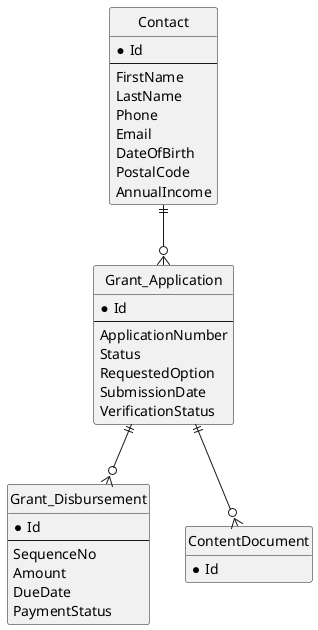
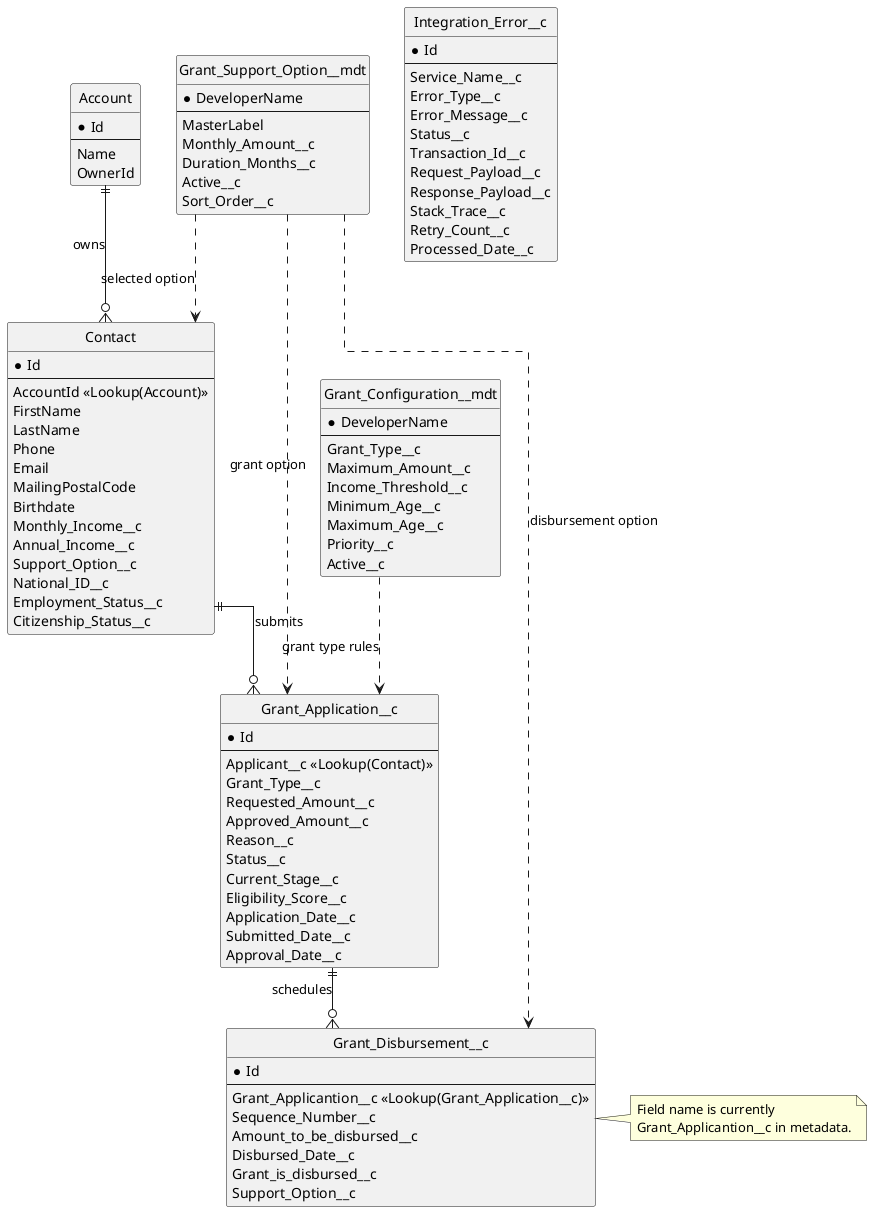
@startuml

hide methods
hide circle
+ skinparam linetype ortho
+ 
+ entity Account {
+     * Id
+     --
+     Name
+     OwnerId
+ }

entity Contact {
    * Id
    --
+     AccountId <<Lookup(Account)>>
    FirstName
    LastName
    Phone
    Email
-     DateOfBirth
-     PostalCode
-     AnnualIncome
+     MailingPostalCode
+     Birthdate
+     Monthly_Income__c
+     Annual_Income__c
+     Support_Option__c
+     National_ID__c
+     Employment_Status__c
+     Citizenship_Status__c
}

- entity Grant_Application {
+ entity Grant_Application__c {
    * Id
    --
-     ApplicationNumber
-     Status
-     RequestedOption
-     SubmissionDate
-     VerificationStatus
+     Applicant__c <<Lookup(Contact)>>
+     Grant_Type__c
+     Requested_Amount__c
+     Approved_Amount__c
+     Reason__c
+     Status__c
+     Current_Stage__c
+     Eligibility_Score__c
+     Application_Date__c
+     Submitted_Date__c
+     Approval_Date__c
}

- entity Grant_Disbursement {
+ entity Grant_Disbursement__c {
    * Id
    --
-     SequenceNo
-     Amount
-     DueDate
-     PaymentStatus
+     Grant_Applicantion__c <<Lookup(Grant_Application__c)>>
+     Sequence_Number__c
+     Amount_to_be_disbursed__c
+     Disbursed_Date__c
+     Grant_is_disbursed__c
+     Support_Option__c
}

- entity ContentDocument {
-     * Id
+ entity Grant_Support_Option__mdt {
+     * DeveloperName
+     --
+     MasterLabel
+     Monthly_Amount__c
+     Duration_Months__c
+     Active__c
+     Sort_Order__c
}

- Contact ||--o{ Grant_Application
+ entity Grant_Configuration__mdt {
+     * DeveloperName
+     --
+     Grant_Type__c
+     Maximum_Amount__c
+     Income_Threshold__c
+     Minimum_Age__c
+     Maximum_Age__c
+     Priority__c
+     Active__c
+ }

- Grant_Application ||--o{ Grant_Disbursement
+ entity Integration_Error__c {
+     * Id
+     --
+     Service_Name__c
+     Error_Type__c
+     Error_Message__c
+     Status__c
+     Transaction_Id__c
+     Request_Payload__c
+     Response_Payload__c
+     Stack_Trace__c
+     Retry_Count__c
+     Processed_Date__c
+ }

- Grant_Application ||--o{ ContentDocument
+ Account ||--o{ Contact : owns
+ Contact ||--o{ Grant_Application__c : submits
+ Grant_Application__c ||--o{ Grant_Disbursement__c : schedules

- @enduml+ Grant_Support_Option__mdt ..> Contact : selected option
+ Grant_Support_Option__mdt ..> Grant_Application__c : grant option
+ Grant_Support_Option__mdt ..> Grant_Disbursement__c : disbursement option
+ Grant_Configuration__mdt ..> Grant_Application__c : grant type rules
+ 
+ note right of Grant_Disbursement__c
+   Field name is currently
+   Grant_Applicantion__c in metadata.
+ end note
+ 
+ @enduml
